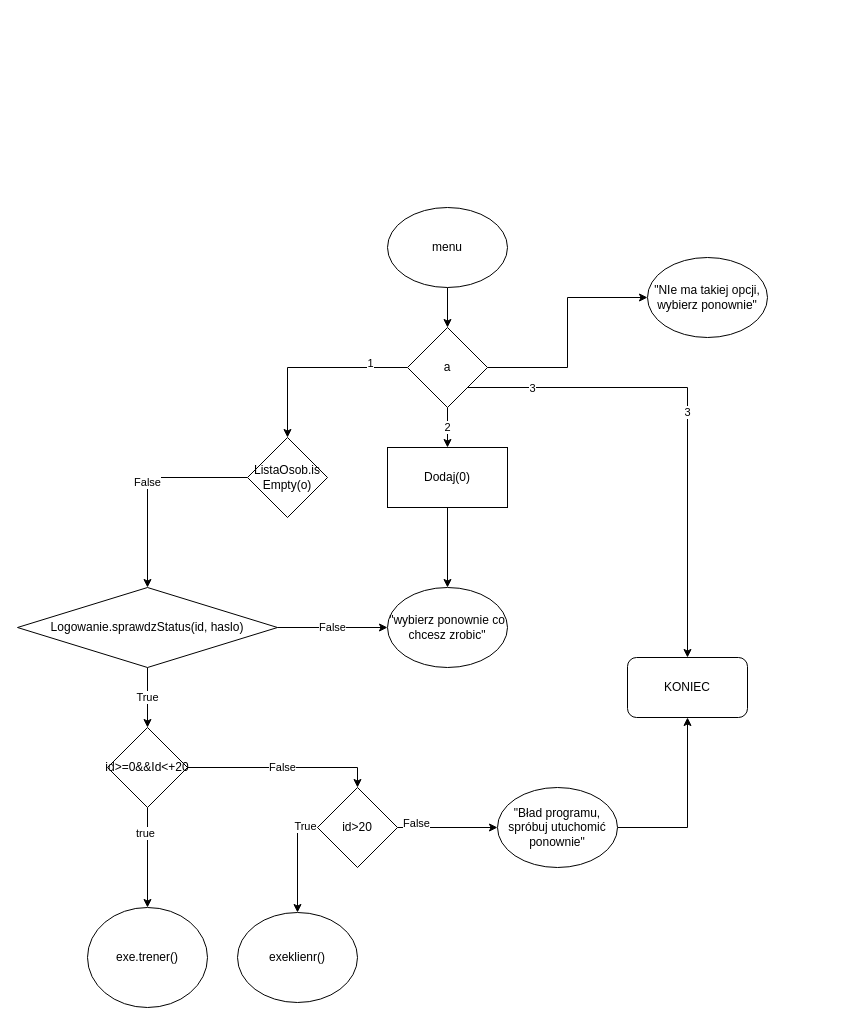
Earlier version of the draw.io diagram page "menu" (2 of 10) of Untitled Diagram.drawio (szarl/Projekt-Programowanie-Obiektowe). Source tidied: cells renumbered, new cells numbered last; positions are measured from the earlier drawing's top-left corner, leaving out a move shared by most shapes. Both pictures are drawn from the tidied source at 100%, with x=0, y=0 at pixel (17, 207).
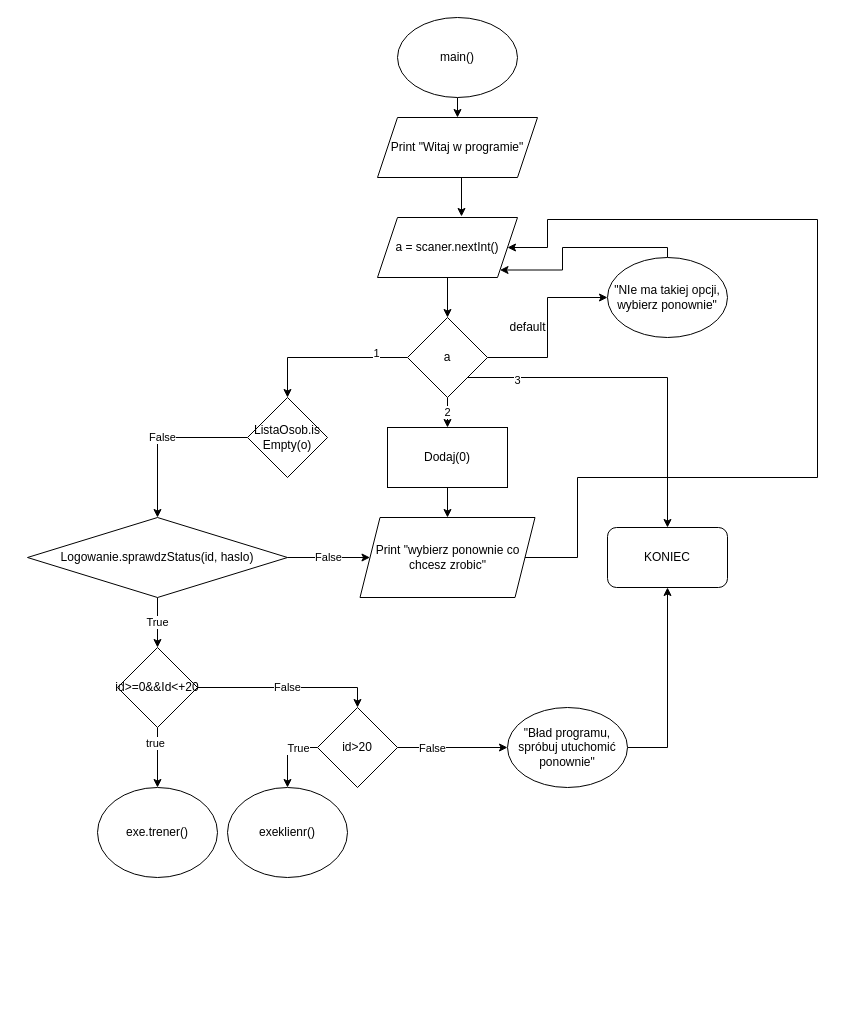
The same page after the edit.

Unchanged cells that the change refers to:
```xml
<mxCell id="25" style="edgeStyle=orthogonalEdgeStyle;rounded=0;jettySize=auto;html=1;exitX=1;exitY=0.5;exitDx=0;exitDy=0;entryX=0;entryY=0.5;entryDx=0;entryDy=0;" parent="1" edge="1" source="29" target="32">
  <mxGeometry relative="1" as="geometry" />
</mxCell>
```

What changed in the source:
```diff
@@
-    <mxCell id="2" style="edgeStyle=orthogonalEdgeStyle;rounded=0;jettySize=auto;html=1;" parent="1" edge="1" source="3" target="12">
-      <mxGeometry relative="1" as="geometry" />
-    </mxCell>
+    <mxCell id="34" style="edgeStyle=orthogonalEdgeStyle;rounded=0;jettySize=auto;html=1;exitX=0.5;exitY=1;exitDx=0;exitDy=0;entryX=0.5;entryY=0;entryDx=0;entryDy=0;" parent="1" edge="1" source="3" target="41">
+      <mxGeometry relative="1" as="geometry" />
+    </mxCell>
-    <mxCell id="3" value="menu" style="ellipse;whiteSpace=wrap;html=1;" parent="1" vertex="1">
-      <mxGeometry x="370" width="120" height="80" as="geometry" />
+    <mxCell id="3" value="main()" style="ellipse;whiteSpace=wrap;html=1;" parent="1" vertex="1">
+      <mxGeometry x="380" y="-190" width="120" height="80" as="geometry" />
     </mxCell>
-    <mxCell id="4" style="edgeStyle=orthogonalEdgeStyle;rounded=0;jettySize=auto;html=1;" parent="1" edge="1" source="5" target="19">
+    <mxCell id="4" style="edgeStyle=orthogonalEdgeStyle;rounded=0;jettySize=auto;html=1;entryX=0.5;entryY=0;entryDx=0;entryDy=0;" parent="1" edge="1" source="5" target="39">
       <mxGeometry relative="1" as="geometry" />
     </mxCell>
     <mxCell id="5" value="Dodaj(0)" style="rounded=0;whiteSpace=wrap;html=1;" parent="1" vertex="1">
-      <mxGeometry x="370" y="240" width="120" height="60" as="geometry" />
+      <mxGeometry x="370" y="220" width="120" height="60" as="geometry" />
     </mxCell>
@@
-    <mxCell id="7" value="3" style="edgeStyle=orthogonalEdgeStyle;rounded=0;jettySize=auto;html=1;entryX=0.5;entryY=0;entryDx=0;entryDy=0;exitX=1;exitY=1;exitDx=0;exitDy=0;" parent="1" edge="1" source="12" target="33">
-      <mxGeometry relative="1" as="geometry" />
-    </mxCell>
-    <mxCell id="8" value="3" style="edgeLabel;html=1;align=center;verticalAlign=middle;" parent="7" vertex="1">
-      <mxGeometry x="-0.74" relative="1" as="geometry" />
-    </mxCell>
@@
+    <mxCell id="7" style="edgeStyle=orthogonalEdgeStyle;rounded=0;jettySize=auto;html=1;entryX=0.5;entryY=0;entryDx=0;entryDy=0;" parent="1" edge="1" source="12" target="33">
+      <mxGeometry relative="1" as="geometry">
+        <Array as="points">
+          <mxPoint x="650" y="170" />
+        </Array>
+      </mxGeometry>
+    </mxCell>
+    <mxCell id="8" value="3" style="edgeLabel;html=1;align=center;verticalAlign=middle;" parent="7" vertex="1">
+      <mxGeometry x="-0.25" y="-2" relative="1" as="geometry">
+        <mxPoint x="-82" as="offset" />
+      </mxGeometry>
+    </mxCell>
     <mxCell id="12" value="a" style="rhombus;whiteSpace=wrap;html=1;" parent="1" vertex="1">
-      <mxGeometry x="390" y="120" width="80" height="80" as="geometry" />
+      <mxGeometry x="390" y="110" width="80" height="80" as="geometry" />
     </mxCell>
+    <mxCell id="35" style="edgeStyle=orthogonalEdgeStyle;rounded=0;jettySize=auto;html=1;exitX=0.5;exitY=0;exitDx=0;exitDy=0;entryX=1;entryY=1;entryDx=0;entryDy=0;" parent="1" edge="1" source="13" target="37">
+      <mxGeometry relative="1" as="geometry">
+        <Array as="points">
+          <mxPoint x="650" y="40" />
+          <mxPoint x="545" y="40" />
+          <mxPoint x="545" y="63" />
+        </Array>
+      </mxGeometry>
+    </mxCell>
     <mxCell id="13" value="&quot;NIe ma takiej opcji, wybierz ponownie&quot;" style="ellipse;whiteSpace=wrap;html=1;" parent="1" vertex="1">
-      <mxGeometry x="630" y="50" width="120" height="80" as="geometry" />
+      <mxGeometry x="590" y="50" width="120" height="80" as="geometry" />
     </mxCell>
@@
     <mxCell id="15" value="ListaOsob.is Empty(o)" style="rhombus;whiteSpace=wrap;html=1;" parent="1" vertex="1">
-      <mxGeometry x="230" y="230" width="80" height="80" as="geometry" />
+      <mxGeometry x="230" y="190" width="80" height="80" as="geometry" />
     </mxCell>
-    <mxCell id="16" value="False" style="edgeStyle=orthogonalEdgeStyle;rounded=0;jettySize=auto;html=1;entryX=0;entryY=0.5;entryDx=0;entryDy=0;" parent="1" edge="1" source="18" target="19">
-      <mxGeometry relative="1" as="geometry" />
+    <mxCell id="16" value="False" style="edgeStyle=orthogonalEdgeStyle;rounded=0;jettySize=auto;html=1;entryX=0;entryY=0.5;entryDx=0;entryDy=0;" parent="1" edge="1" source="18" target="39">
+      <mxGeometry relative="1" as="geometry">
+        <Array as="points">
+          <mxPoint x="350" y="350" />
+          <mxPoint x="350" y="350" />
+        </Array>
+      </mxGeometry>
     </mxCell>
@@
     <mxCell id="18" value="Logowanie.sprawdzStatus(id, haslo)" style="rhombus;whiteSpace=wrap;html=1;" parent="1" vertex="1">
-      <mxGeometry y="380" width="260" height="80" as="geometry" />
+      <mxGeometry x="10" y="310" width="260" height="80" as="geometry" />
     </mxCell>
-    <mxCell id="19" value="&quot;wybierz ponownie co chcesz zrobic&quot;" style="ellipse;whiteSpace=wrap;html=1;" parent="1" vertex="1">
-      <mxGeometry x="370" y="380" width="120" height="80" as="geometry" />
-    </mxCell>
@@
     <mxCell id="23" value="id&amp;gt;=0&amp;amp;&amp;amp;Id&amp;lt;+20" style="rhombus;whiteSpace=wrap;html=1;" parent="1" vertex="1">
-      <mxGeometry x="90" y="520" width="80" height="80" as="geometry" />
+      <mxGeometry x="100" y="440" width="80" height="80" as="geometry" />
     </mxCell>
     <mxCell id="24" value="exe.trener()" style="ellipse;whiteSpace=wrap;html=1;direction=west;" parent="1" vertex="1">
-      <mxGeometry x="70" y="700" width="120" height="100" as="geometry" />
+      <mxGeometry x="80" y="580" width="120" height="90" as="geometry" />
     </mxCell>
@@
     <mxCell id="26" value="False" style="edgeLabel;html=1;align=center;verticalAlign=middle;" parent="25" vertex="1">
-      <mxGeometry x="-0.64" y="5" relative="1" as="geometry" />
+      <mxGeometry x="-0.64" y="5" relative="1" as="geometry">
+        <mxPoint x="14" y="5" as="offset" />
+      </mxGeometry>
     </mxCell>
     <mxCell id="27" style="edgeStyle=orthogonalEdgeStyle;rounded=0;jettySize=auto;html=1;entryX=0.5;entryY=0;entryDx=0;entryDy=0;exitX=0;exitY=0.5;exitDx=0;exitDy=0;" parent="1" edge="1" source="29" target="30">
-      <mxGeometry relative="1" as="geometry" />
+      <mxGeometry relative="1" as="geometry">
+        <Array as="points">
+          <mxPoint x="270" y="540" />
+        </Array>
+      </mxGeometry>
     </mxCell>
     <mxCell id="28" value="True" style="edgeLabel;html=1;align=center;verticalAlign=middle;" parent="27" vertex="1">
-      <mxGeometry x="-0.75" y="-2" relative="1" as="geometry" />
+      <mxGeometry x="-0.75" y="-2" relative="1" as="geometry">
+        <mxPoint x="-11" y="2" as="offset" />
+      </mxGeometry>
     </mxCell>
     <mxCell id="29" value="id&amp;gt;20" style="rhombus;whiteSpace=wrap;html=1;" parent="1" vertex="1">
-      <mxGeometry x="300" y="580" width="80" height="80" as="geometry" />
+      <mxGeometry x="300" y="500" width="80" height="80" as="geometry" />
     </mxCell>
     <mxCell id="30" value="exeklienr()" style="ellipse;whiteSpace=wrap;html=1;" parent="1" vertex="1">
-      <mxGeometry x="220" y="705" width="120" height="90" as="geometry" />
+      <mxGeometry x="210" y="580" width="120" height="90" as="geometry" />
     </mxCell>
     <mxCell id="31" style="edgeStyle=orthogonalEdgeStyle;rounded=0;jettySize=auto;html=1;entryX=0.5;entryY=1;entryDx=0;entryDy=0;" parent="1" edge="1" source="32" target="33">
-      <mxGeometry relative="1" as="geometry" />
+      <mxGeometry relative="1" as="geometry">
+        <Array as="points">
+          <mxPoint x="650" y="540" />
+        </Array>
+      </mxGeometry>
     </mxCell>
     <mxCell id="32" value="&quot;Bład programu, spróbuj utuchomić ponownie&quot;" style="ellipse;whiteSpace=wrap;html=1;" parent="1" vertex="1">
-      <mxGeometry x="480" y="580" width="120" height="80" as="geometry" />
+      <mxGeometry x="490" y="500" width="120" height="80" as="geometry" />
     </mxCell>
     <mxCell id="33" value="KONIEC" style="rounded=1;whiteSpace=wrap;html=1;" parent="1" vertex="1">
-      <mxGeometry x="610" y="450" width="120" height="60" as="geometry" />
+      <mxGeometry x="590" y="320" width="120" height="60" as="geometry" />
     </mxCell>
+    <mxCell id="36" style="edgeStyle=orthogonalEdgeStyle;rounded=0;jettySize=auto;html=1;exitX=0.5;exitY=1;exitDx=0;exitDy=0;entryX=0.5;entryY=0;entryDx=0;entryDy=0;" parent="1" edge="1" source="37" target="12">
+      <mxGeometry relative="1" as="geometry" />
+    </mxCell>
+    <mxCell id="37" value="a = scaner.nextInt()" style="shape=parallelogram;perimeter=parallelogramPerimeter;whiteSpace=wrap;html=1;fixedSize=1;" parent="1" vertex="1">
+      <mxGeometry x="360" y="10" width="140" height="60" as="geometry" />
+    </mxCell>
+    <mxCell id="38" style="edgeStyle=orthogonalEdgeStyle;rounded=0;jettySize=auto;html=1;exitX=1;exitY=0.5;exitDx=0;exitDy=0;entryX=1;entryY=0.5;entryDx=0;entryDy=0;" parent="1" edge="1" source="39" target="37">
+      <mxGeometry relative="1" as="geometry">
+        <Array as="points">
+          <mxPoint x="560" y="350" />
+          <mxPoint x="560" y="270" />
+          <mxPoint x="800" y="270" />
+          <mxPoint x="800" y="12" />
+          <mxPoint x="530" y="12" />
+          <mxPoint x="530" y="40" />
+        </Array>
+      </mxGeometry>
+    </mxCell>
+    <mxCell id="39" value="&lt;span&gt;Print &quot;wybierz ponownie co chcesz zrobic&quot;&lt;/span&gt;" style="shape=parallelogram;perimeter=parallelogramPerimeter;whiteSpace=wrap;html=1;fixedSize=1;" parent="1" vertex="1">
+      <mxGeometry x="342.5" y="310" width="175" height="80" as="geometry" />
+    </mxCell>
+    <mxCell id="40" style="edgeStyle=orthogonalEdgeStyle;rounded=0;jettySize=auto;html=1;exitX=0.5;exitY=1;exitDx=0;exitDy=0;entryX=0.6;entryY=-0.017;entryDx=0;entryDy=0;entryPerimeter=0;" parent="1" edge="1" source="41" target="37">
+      <mxGeometry relative="1" as="geometry" />
+    </mxCell>
+    <mxCell id="41" value="Print &quot;Witaj w programie&quot;" style="shape=parallelogram;perimeter=parallelogramPerimeter;whiteSpace=wrap;html=1;fixedSize=1;" parent="1" vertex="1">
+      <mxGeometry x="360" y="-90" width="160" height="60" as="geometry" />
+    </mxCell>
+    <mxCell id="42" value="default" style="text;html=1;align=center;verticalAlign=middle;strokeColor=none;" parent="1" vertex="1">
+      <mxGeometry x="485" y="110" width="50" height="20" as="geometry" />
+    </mxCell>
```
